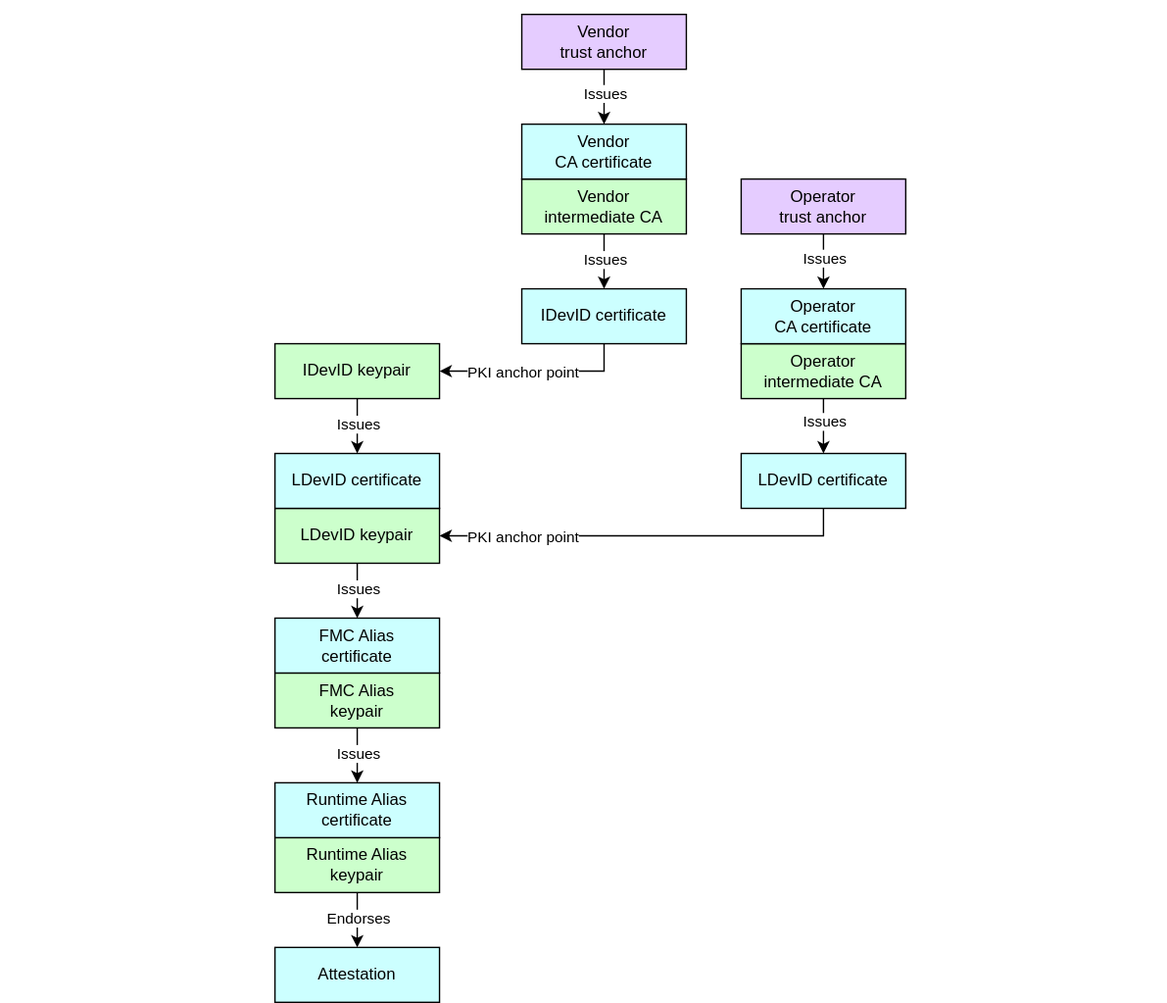
opencomputeproject/Security keeps this draw.io diagram as specifications/device-trust-anchor-management/diagrams/operator_anchor_point.drawio.svg. Above is the earlier version. Source tidied: cells renumbered, new cells last; positions are measured from the earlier drawing's top-left corner, leaving out a move shared by most shapes.
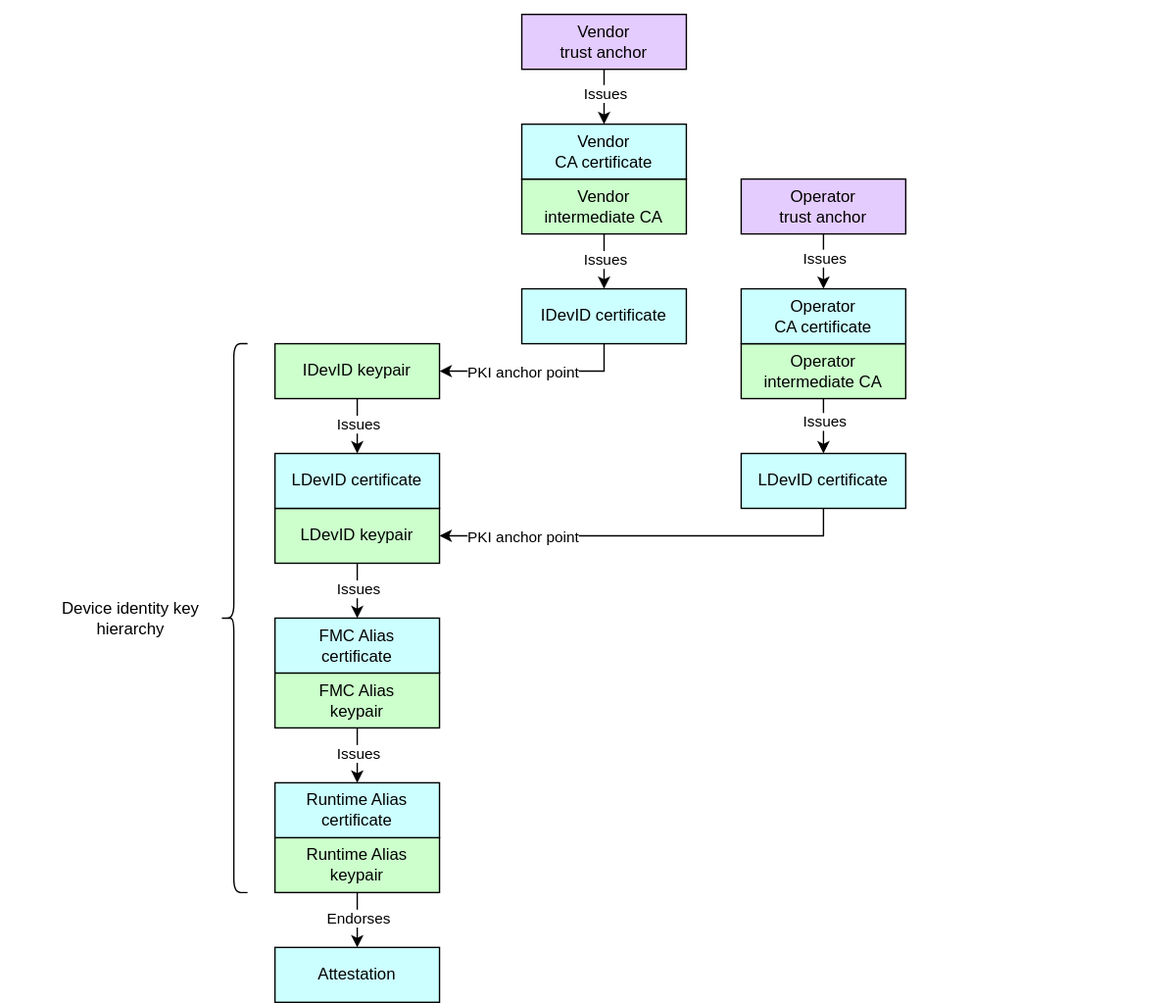
The same diagram one commit later.

Commit message:
Add missing label for diagram.

What changed in the source:
```diff
@@ -132,5 +132,11 @@
     <mxCell id="39" style="rounded=0;whiteSpace=wrap;html=1;align=center;verticalAlign=middle;shadow=0;glass=0;spacingLeft=0;spacingBottom=0;spacingTop=0;fillColor=#FFFFFF;fontSize=10;strokeColor=#FFFFFF;" parent="1" vertex="1">
       <mxGeometry x="760" width="90" height="20" as="geometry" />
     </mxCell>
+    <mxCell id="40" style="shape=curlyBracket;whiteSpace=wrap;html=1;rounded=1;labelPosition=left;verticalLabelPosition=middle;align=right;verticalAlign=middle;" parent="1" vertex="1">
+      <mxGeometry x="160" y="250" width="20" height="400" as="geometry" />
+    </mxCell>
+    <mxCell id="41" value="Device identity key hierarchy" style="text;strokeColor=none;align=center;fillColor=none;html=1;verticalAlign=middle;whiteSpace=wrap;rounded=0;" parent="1" vertex="1">
+      <mxGeometry x="40" y="435" width="110" height="30" as="geometry" />
+    </mxCell>
   </root>
 </mxGraphModel>
```
